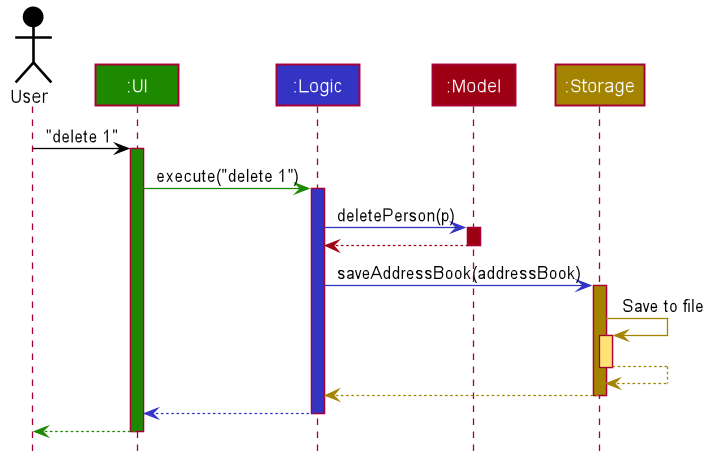
Before: docs/images/ArchitectureSequenceDiagram.png, a diagram exported from PlantUML (nus-cs2103-AY2122S1/tp).
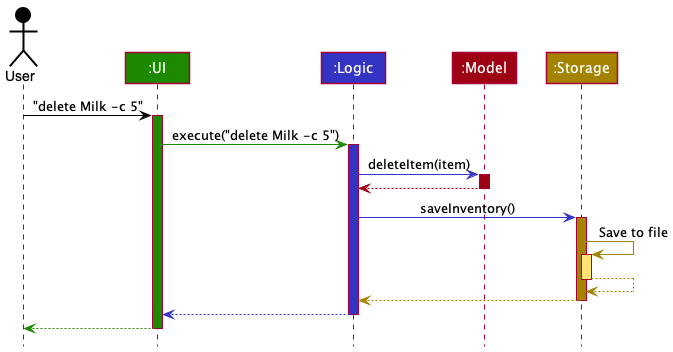
After the change.

Change to the diagram source:
```diff
@@ -1,85 +1,38 @@
 @startuml
+!include style.puml
 
+Actor User as user USER_COLOR
+Participant ":UI" as ui UI_COLOR
+Participant ":Logic" as logic LOGIC_COLOR
+Participant ":Model" as model MODEL_COLOR
+Participant ":Storage" as storage STORAGE_COLOR
 
+user -[USER_COLOR]> ui : "delete Milk -c 5"
+activate ui UI_COLOR
 
+ui -[UI_COLOR]> logic : execute("delete Milk -c 5")
+activate logic LOGIC_COLOR
 
+logic -[LOGIC_COLOR]> model : deleteItem(item)
+activate model MODEL_COLOR
 
-
-
-
-skinparam BackgroundColor #FFFFFFF
-
-skinparam Shadowing false
-
-skinparam Class {
-    FontColor #FFFFFF
-    BorderThickness 1
-    BorderColor #FFFFFF
-    StereotypeFontColor #FFFFFF
-    FontName Arial
-}
-
-skinparam Actor {
-    BorderColor #000000
-    Color #000000
-    FontName Arial
-}
-
-skinparam Sequence {
-    MessageAlign center
-    BoxFontSize 15
-    BoxPadding 0
-    BoxFontColor #FFFFFF
-    FontName Arial
-}
-
-skinparam Participant {
-    FontColor #FFFFFFF
-    Padding 20
-}
-
-skinparam MinClassWidth 50
-skinparam ParticipantPadding 10
-skinparam Shadowing false
-skinparam DefaultTextAlignment center
-skinparam packageStyle Rectangle
-
-hide footbox
-hide members
-hide circle
-
-Actor User as user #000000
-Participant ":UI" as ui #1D8900
-Participant ":Logic" as logic #3333C4
-Participant ":Model" as model #9D0012
-Participant ":Storage" as storage #A38300
-
-user -[#000000]> ui : "delete 1"
-activate ui #1D8900
-
-ui -[#1D8900]> logic : execute("delete 1")
-activate logic #3333C4
-
-logic -[#3333C4]> model : deletePerson(p)
-activate model #9D0012
-
-model -[#9D0012]-> logic
+model -[MODEL_COLOR]-> logic
 deactivate model
 
-logic -[#3333C4]> storage : saveAddressBook(addressBook)
-activate storage #A38300
+logic -[LOGIC_COLOR]> storage : saveInventory()
+activate storage STORAGE_COLOR
 
-storage -[#A38300]> storage : Save to file
-activate storage #FFE374
-storage --[#A38300]> storage
+storage -[STORAGE_COLOR]> storage : Save to file
+activate storage STORAGE_COLOR_T1
+storage --[STORAGE_COLOR]> storage
 deactivate storage
 
-storage --[#A38300]> logic
+storage --[STORAGE_COLOR]> logic
 deactivate storage
 
-logic --[#3333C4]> ui
+logic --[LOGIC_COLOR]> ui
 deactivate logic
 
-ui--[#1D8900]> user
+ui--[UI_COLOR]> user
 deactivate ui
 @enduml
```
